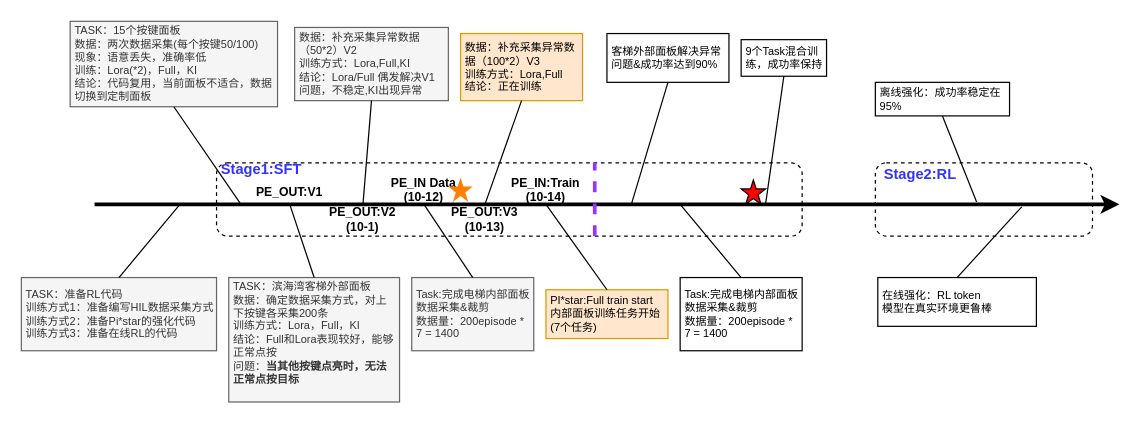
Earlier version of the draw.io diagram LLM/VLA/VLA-电梯按键场景.drawio (mailonghua/drawio). Source tidied: cells renumbered, new cells numbered last; positions are measured from the earlier drawing's top-left corner, leaving out a move shared by most shapes. Both pictures are drawn from the tidied source at 122%, with x=0, y=0 at pixel (21, 21).
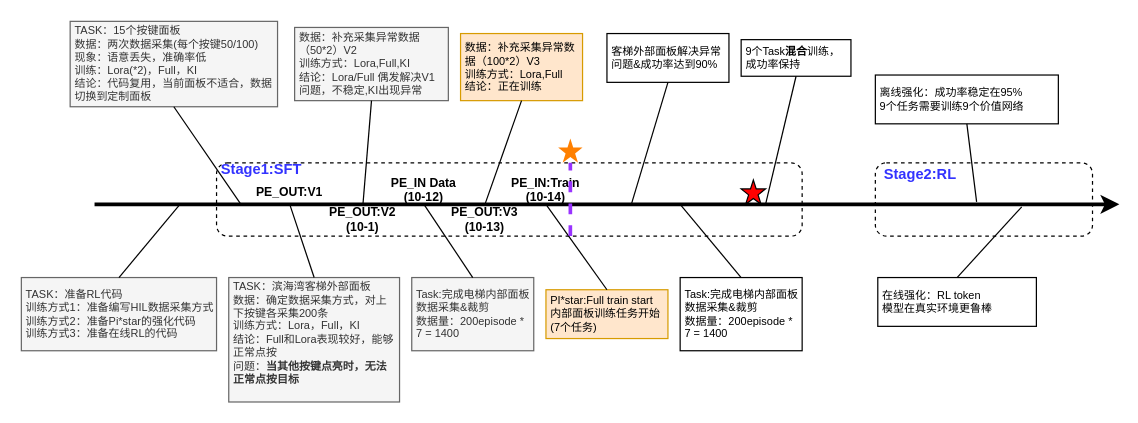
The same page after the edit.

Commit message:
更新VLA-电梯按键场景.drawio

Change to the diagram source:
```diff
@@
     <mxCell id="28" style="verticalLabelPosition=bottom;verticalAlign=top;html=1;shape=mxgraph.basic.star;fillColor=#FF8000;strokeColor=none;" parent="1" vertex="1">
-      <mxGeometry x="350" y="128" width="20" height="20" as="geometry" />
+      <mxGeometry x="440" y="96" width="20" height="20" as="geometry" />
     </mxCell>
@@
-    <mxCell id="32" value="离线强化：成功率稳定在95%" style="whiteSpace=wrap;html=1;rounded=0;arcSize=50;align=left;verticalAlign=middle;strokeWidth=1;spacing=4;newEdgeStyle={&quot;edgeStyle&quot;:&quot;entityRelationEdgeStyle&quot;,&quot;startArrow&quot;:&quot;none&quot;,&quot;endArrow&quot;:&quot;none&quot;,&quot;segment&quot;:10,&quot;curved&quot;:1,&quot;sourcePerimeterSpacing&quot;:0,&quot;targetPerimeterSpacing&quot;:0};fontSize=9;" parent="1" vertex="1">
-      <mxGeometry x="700" y="50" width="110" height="27.5" as="geometry" />
+    <mxCell id="32" value="离线强化：成功率稳定在95%&lt;br&gt;9个任务需要训练9个价值网络" style="whiteSpace=wrap;html=1;rounded=0;arcSize=50;align=left;verticalAlign=middle;strokeWidth=1;spacing=4;newEdgeStyle={&quot;edgeStyle&quot;:&quot;entityRelationEdgeStyle&quot;,&quot;startArrow&quot;:&quot;none&quot;,&quot;endArrow&quot;:&quot;none&quot;,&quot;segment&quot;:10,&quot;curved&quot;:1,&quot;sourcePerimeterSpacing&quot;:0,&quot;targetPerimeterSpacing&quot;:0};fontSize=9;" parent="1" vertex="1">
+      <mxGeometry x="700" y="44" width="150" height="40" as="geometry" />
     </mxCell>
@@
-    <mxCell id="34" value="9个Task混合训练，成功率保持" style="whiteSpace=wrap;html=1;rounded=0;arcSize=50;align=left;verticalAlign=middle;strokeWidth=1;spacing=4;newEdgeStyle={&quot;edgeStyle&quot;:&quot;entityRelationEdgeStyle&quot;,&quot;startArrow&quot;:&quot;none&quot;,&quot;endArrow&quot;:&quot;none&quot;,&quot;segment&quot;:10,&quot;curved&quot;:1,&quot;sourcePerimeterSpacing&quot;:0,&quot;targetPerimeterSpacing&quot;:0};fontSize=9;" parent="1" vertex="1">
-      <mxGeometry x="590" y="15" width="70" height="30" as="geometry" />
+    <mxCell id="34" value="9个Task&lt;b&gt;混合&lt;/b&gt;训练，成功率保持" style="whiteSpace=wrap;html=1;rounded=0;arcSize=50;align=left;verticalAlign=middle;strokeWidth=1;spacing=4;newEdgeStyle={&quot;edgeStyle&quot;:&quot;entityRelationEdgeStyle&quot;,&quot;startArrow&quot;:&quot;none&quot;,&quot;endArrow&quot;:&quot;none&quot;,&quot;segment&quot;:10,&quot;curved&quot;:1,&quot;sourcePerimeterSpacing&quot;:0,&quot;targetPerimeterSpacing&quot;:0};fontSize=9;" parent="1" vertex="1">
+      <mxGeometry x="590" y="15" width="90" height="30" as="geometry" />
     </mxCell>
@@
     <mxCell id="38" style="endArrow=none;html=1;rounded=0;curved=1;strokeWidth=3;dashed=1;strokeColor=#9933FF;" parent="1" edge="1">
       <mxGeometry relative="1" as="geometry">
-        <mxPoint x="470" y="176" as="sourcePoint" />
-        <mxPoint x="470" y="116" as="targetPoint" />
+        <mxPoint x="450" y="176" as="sourcePoint" />
+        <mxPoint x="450" y="116" as="targetPoint" />
         <Array as="points">
-          <mxPoint x="470" y="176" />
+          <mxPoint x="450" y="176" />
         </Array>
       </mxGeometry>
     </mxCell>
```
